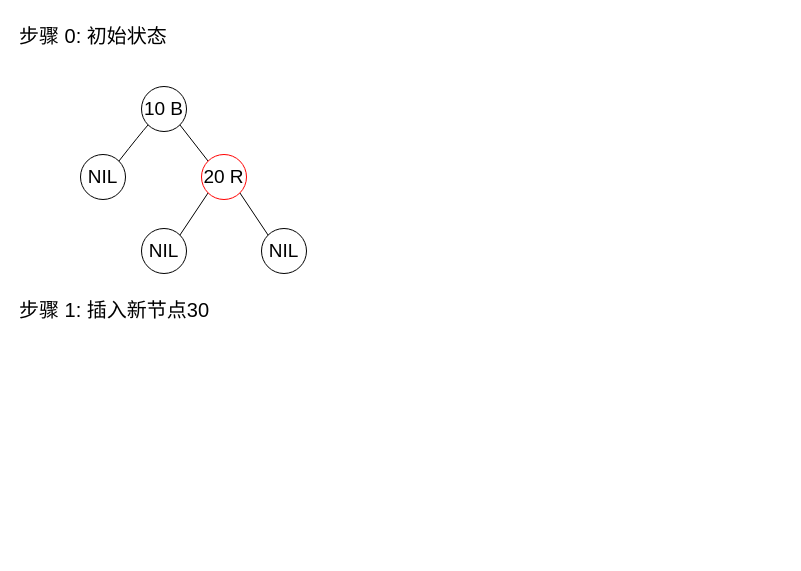
xiaodongYao/DrawIO keeps this draw.io diagram as RedBlackWork.drawio. Above is the earlier version. Source tidied: cells renumbered, new cells numbered last; positions are measured from the earlier drawing's top-left corner, leaving out a move shared by most shapes. Both pictures are drawn from the tidied source at 100%, with x=0, y=0 at pixel (17, 17).
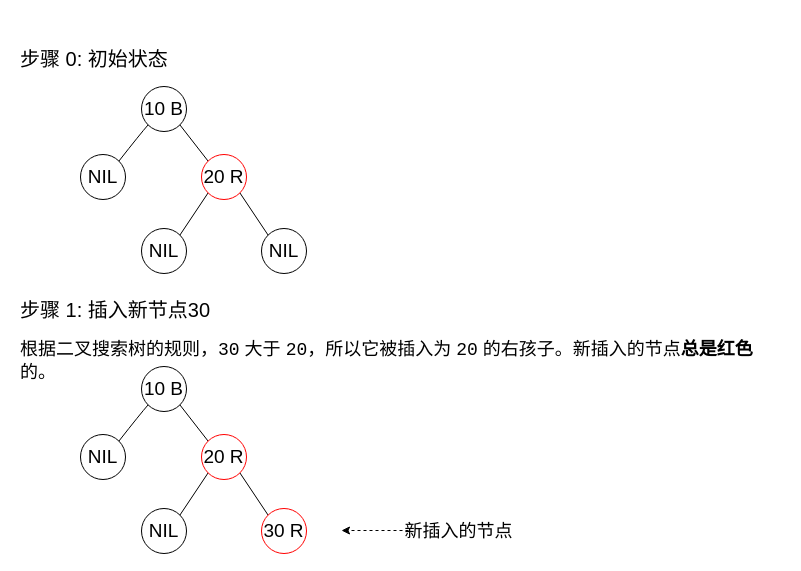
Above is the later version.

The edit, as a diff of the source:
```diff
@@
     <mxCell id="9" value="步骤 0: 初始状态" style="text;whiteSpace=wrap;html=1;fontSize=20;" parent="1" vertex="1">
-      <mxGeometry width="244" height="36" as="geometry" />
+      <mxGeometry x="1" y="23" width="244" height="36" as="geometry" />
     </mxCell>
@@
     <mxCell id="12" value="步骤 1: 插入新节点30" style="text;whiteSpace=wrap;html=1;fontSize=20;" parent="1" vertex="1">
-      <mxGeometry y="274" width="244" height="36" as="geometry" />
+      <mxGeometry x="1" y="274" width="244" height="36" as="geometry" />
     </mxCell>
+    <mxCell id="13" value="根据二叉搜索树的规则，&lt;code&gt;30&lt;/code&gt; 大于 &lt;code&gt;20&lt;/code&gt;，所以它被插入为 &lt;code&gt;20&lt;/code&gt; 的右孩子。新插入的节点&lt;b&gt;总是红色&lt;/b&gt;的。" style="text;whiteSpace=wrap;html=1;fontSize=18;" parent="1" vertex="1">
+      <mxGeometry x="1" y="315" width="766" height="36" as="geometry" />
+    </mxCell>
+    <mxCell id="14" style="rounded=0;jettySize=auto;html=1;exitX=0;exitY=1;exitDx=0;exitDy=0;entryX=1;entryY=0;entryDx=0;entryDy=0;curved=1;strokeColor=default;fillColor=default;endArrow=none;endFill=0;" parent="1" edge="1" source="16" target="17">
+      <mxGeometry relative="1" as="geometry">
+        <Array as="points">
+          <mxPoint x="123" y="396" />
+        </Array>
+      </mxGeometry>
+    </mxCell>
+    <mxCell id="15" style="rounded=0;jettySize=auto;html=1;exitX=1;exitY=1;exitDx=0;exitDy=0;entryX=0;entryY=0;entryDx=0;entryDy=0;endArrow=none;endFill=0;" parent="1" edge="1" source="16" target="20">
+      <mxGeometry relative="1" as="geometry" />
+    </mxCell>
+    <mxCell id="16" value="10 B" style="ellipse;whiteSpace=wrap;html=1;fontSize=19;" parent="1" vertex="1">
+      <mxGeometry x="124" y="349" width="45" height="45" as="geometry" />
+    </mxCell>
+    <mxCell id="17" value="NIL" style="ellipse;whiteSpace=wrap;html=1;fontSize=19;strokeColor=light-dark(#000000,#EDEDED);" parent="1" vertex="1">
+      <mxGeometry x="63" y="417" width="45" height="45" as="geometry" />
+    </mxCell>
+    <mxCell id="18" style="rounded=0;jettySize=auto;html=1;exitX=0;exitY=1;exitDx=0;exitDy=0;entryX=1;entryY=0;entryDx=0;entryDy=0;endArrow=none;endFill=0;" parent="1" edge="1" source="20" target="22">
+      <mxGeometry relative="1" as="geometry" />
+    </mxCell>
+    <mxCell id="19" style="rounded=0;jettySize=auto;html=1;exitX=1;exitY=1;exitDx=0;exitDy=0;entryX=0;entryY=0;entryDx=0;entryDy=0;endArrow=none;endFill=0;" parent="1" edge="1" source="20" target="21">
+      <mxGeometry relative="1" as="geometry" />
+    </mxCell>
+    <mxCell id="20" value="20 R" style="ellipse;whiteSpace=wrap;html=1;fontSize=19;strokeColor=light-dark(#ff0000, #ededed);" parent="1" vertex="1">
+      <mxGeometry x="184" y="417" width="45" height="45" as="geometry" />
+    </mxCell>
+    <mxCell id="21" value="30 R" style="ellipse;whiteSpace=wrap;html=1;fontSize=19;strokeColor=light-dark(#ff0000, #EDEDED);" parent="1" vertex="1">
+      <mxGeometry x="244" y="491" width="45" height="45" as="geometry" />
+    </mxCell>
+    <mxCell id="22" value="NIL" style="ellipse;whiteSpace=wrap;html=1;fontSize=19;strokeColor=light-dark(#000000,#EDEDED);" parent="1" vertex="1">
+      <mxGeometry x="124" y="491" width="45" height="45" as="geometry" />
+    </mxCell>
+    <mxCell id="23" value="新插入的节点" style="text;html=1;align=center;verticalAlign=middle;whiteSpace=wrap;rounded=0;fontSize=18;" parent="1" vertex="1">
+      <mxGeometry x="381" y="498.5" width="121" height="30" as="geometry" />
+    </mxCell>
+    <mxCell id="24" style="endArrow=classic;html=1;rounded=0;dashed=1;" parent="1" edge="1">
+      <mxGeometry relative="1" as="geometry">
+        <mxPoint x="391" y="513" as="sourcePoint" />
+        <mxPoint x="324" y="513" as="targetPoint" />
+      </mxGeometry>
+    </mxCell>
```
